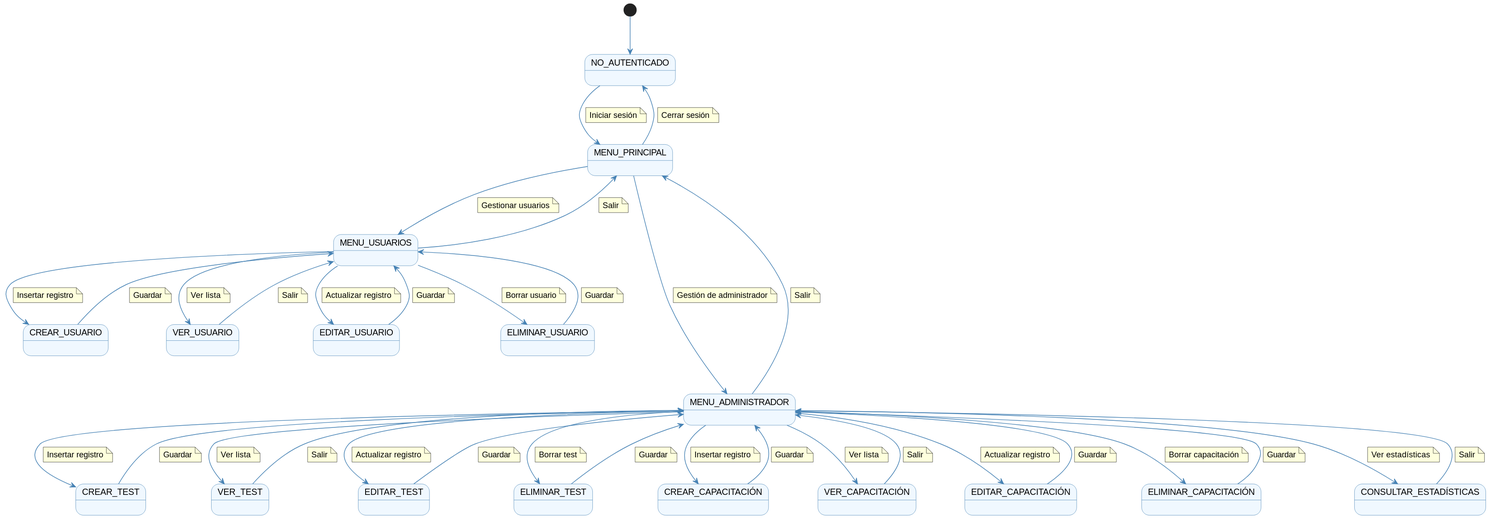
Earlier version of the PlantUML export documentos/imagenes/casos_de_uso/diagramas_contexto/diagrama_contexto_administrador.svg (Dievex/24-25-IdSw1-SDR).
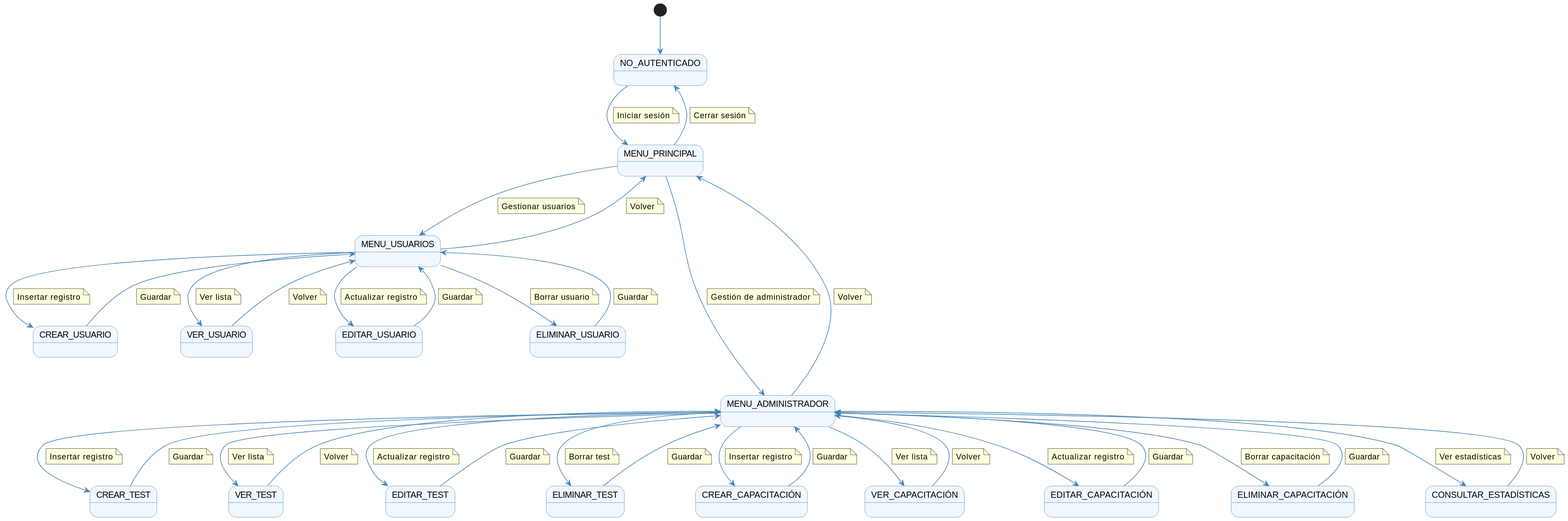
Above is the later version.

What changed in the source:
```diff
@@ -48,7 +48,7 @@
 
 Menu_usuarios --> Menu
     note on link
-        Salir
+        Volver
     end note
 
 Menu_usuarios --> Crear_usuario
@@ -78,7 +78,7 @@
 
 Ver_usuario --> Menu_usuarios
     note on link
-        Salir
+        Volver
     end note
 
 Menu_usuarios --> Eliminar_usuario
@@ -98,7 +98,7 @@
 
 Menu_administrador ----> Menu
     note on link
-        Salir
+        Volver
     end note
 
 Menu_administrador --> Crear_test
@@ -128,7 +128,7 @@
 
 Ver_test --> Menu_administrador
     note on link
-        Salir
+        Volver
     end note
 
 Menu_administrador --> Eliminar_test
@@ -168,7 +168,7 @@
 
 Ver_capacitación --> Menu_administrador
     note on link
-        Salir
+        Volver
     end note
 
 Menu_administrador --> Eliminar_capacitación
@@ -188,6 +188,6 @@
 
 Consultar_estadísticas --> Menu_administrador
     note on link
-        Salir
+        Volver
     end note
 @enduml
```
